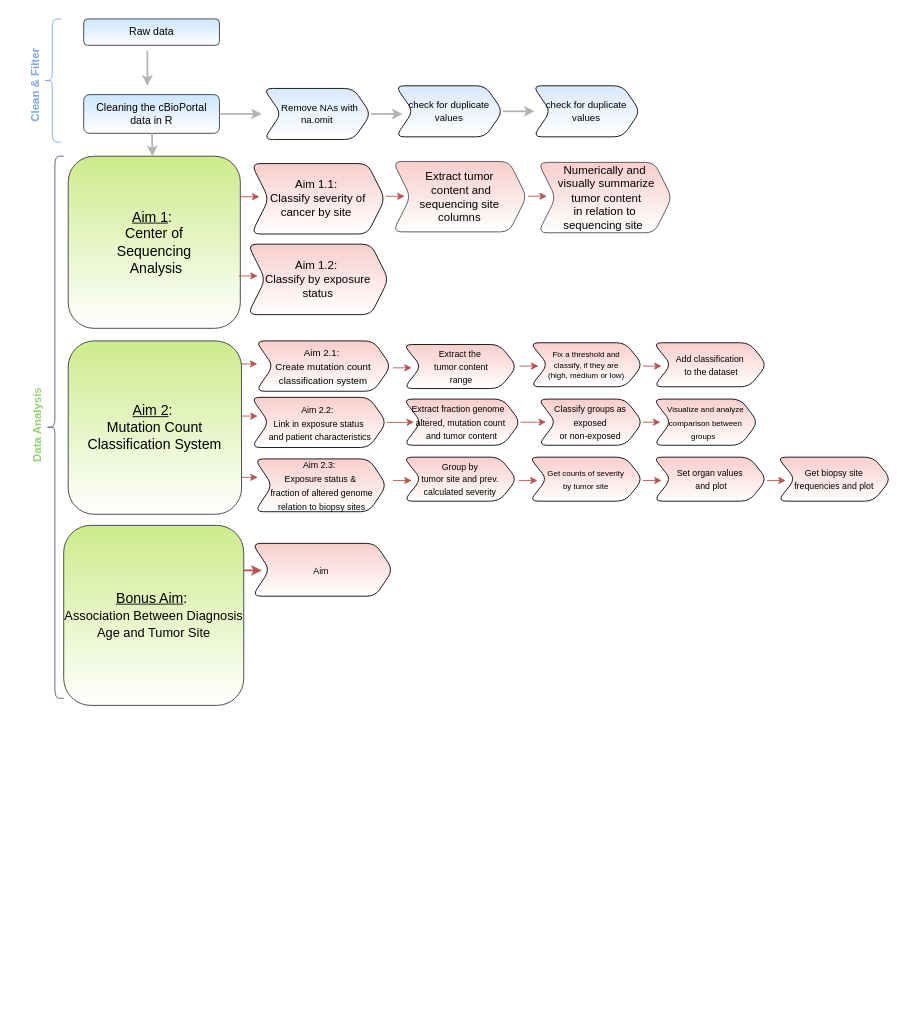
The draw.io diagram Pipeline_Image.drawio in aiy-wish/Data-Wrangling-Project, before the edit. Source tidied: cells renumbered, new cells numbered last; positions are measured from the earlier drawing's top-left corner, leaving out a move shared by most shapes. Both pictures are drawn from the tidied source at 88%, with x=0, y=0 at pixel (-10, 18).
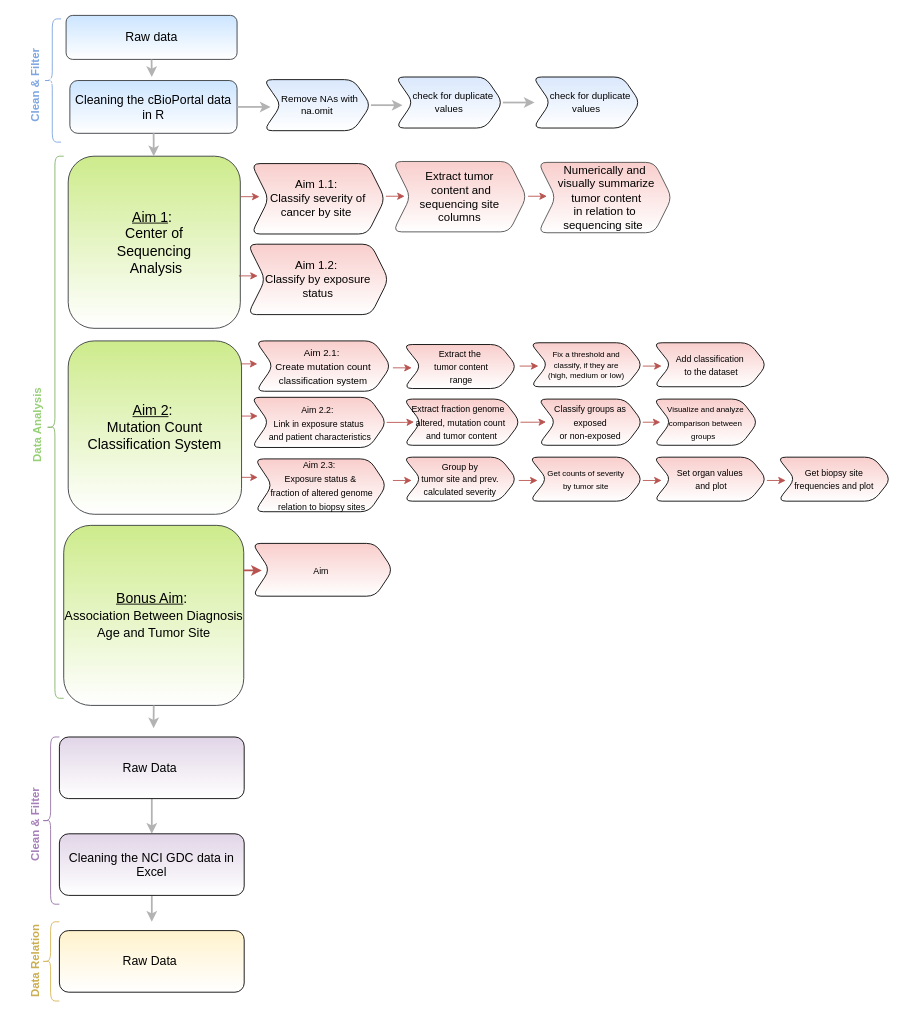
The same page after the edit.

Unchanged cells that the change refers to:
```xml
<mxCell id="3" style="group;" parent="2" vertex="1">
  <mxGeometry x="41" width="560" height="780" as="geometry" />
</mxCell>
<mxCell id="7" style="group;" parent="3" vertex="1">
  <mxGeometry x="-9.1" width="400" height="562.9" as="geometry" />
</mxCell>
<mxCell id="24" value="&lt;font style=&quot;font-size: 16px&quot;&gt;&lt;u&gt;Bonus Aim&lt;/u&gt;:&amp;nbsp;&lt;br&gt;&lt;span id=&quot;docs-internal-guid-02cd7383-7fff-e907-d800-ce4748073192&quot;&gt;&lt;span style=&quot;font-size: 10.9091pt ; font-family: &amp;#34;arial&amp;#34; ; background-color: transparent ; vertical-align: baseline&quot;&gt;Association Between Diagnosis Age and Tumor Site&lt;/span&gt;&lt;/span&gt;&lt;br&gt;&lt;/font&gt;" style="whiteSpace=wrap;html=1;fontSize=12;fillColor=#cdeb8b;align=center;fontStyle=0;strokeColor=#36393d;rounded=1;gradientColor=#ffffff;" parent="3" vertex="1">
  <mxGeometry x="13.9" y="575.5" width="204.6" height="204.6" as="geometry" />
</mxCell>
```

Change to the diagram source:
```diff
@@
-    <mxCell id="8" style="endArrow=classic;html=1;rounded=0;fontSize=16;fillColor=#dae8fc;strokeColor=#B3B3B3;strokeWidth=2;" parent="7" edge="1">
-      <mxGeometry relative="1" as="geometry">
-        <mxPoint x="118.1" y="36" as="sourcePoint" />
-        <mxPoint x="118.1" y="76" as="targetPoint" />
-      </mxGeometry>
-    </mxCell>
-    <mxCell id="9" value="Raw data" style="rounded=1;whiteSpace=wrap;html=1;fontSize=12;glass=0;strokeWidth=1;shadow=0;fillColor=#cce5ff;strokeColor=#36393d;gradientColor=#ffffff;" parent="7" vertex="1">
-      <mxGeometry x="45.7" width="154.3" height="30" as="geometry" />
+    <mxCell id="9" value="&lt;font style=&quot;font-size: 14px&quot;&gt;Raw data&lt;/font&gt;" style="rounded=1;whiteSpace=wrap;html=1;fontSize=12;glass=0;strokeWidth=1;shadow=0;fillColor=#cce5ff;strokeColor=#36393d;gradientColor=#ffffff;" parent="7" vertex="1">
+      <mxGeometry x="25.7" y="-4" width="194.3" height="50" as="geometry" />
     </mxCell>
@@
-    <mxCell id="17" style="shape=curlyBracket;whiteSpace=wrap;html=1;rounded=1;fontSize=13;verticalAlign=middle;fillColor=#7EA6E0;strokeColor=#7EA6E0;fontColor=#ffffff;" parent="7" vertex="1">
+    <mxCell id="17" value="c" style="shape=curlyBracket;whiteSpace=wrap;html=1;rounded=1;fontSize=13;verticalAlign=middle;fillColor=#7EA6E0;strokeColor=#7EA6E0;fontColor=#ffffff;" parent="7" vertex="1">
       <mxGeometry width="20" height="140" as="geometry" />
     </mxCell>
@@
-    <mxCell id="20" value="Cleaning the cBioPortal data in R" style="rounded=1;whiteSpace=wrap;html=1;strokeColor=#36393d;fillColor=#cce5ff;gradientColor=#ffffff;" parent="7" vertex="1">
-      <mxGeometry x="45.7" y="86" width="154.3" height="44" as="geometry" />
+    <mxCell id="20" value="&lt;font style=&quot;font-size: 14px&quot;&gt;Cleaning the cBioPortal data in R&lt;/font&gt;" style="rounded=1;whiteSpace=wrap;html=1;strokeColor=#36393d;fillColor=#cce5ff;gradientColor=#ffffff;" parent="7" vertex="1">
+      <mxGeometry x="30" y="70" width="190" height="60" as="geometry" />
     </mxCell>
@@
     <mxCell id="22" value="&lt;span style=&quot;font-size: 11px&quot;&gt;&amp;nbsp; Remove NAs with&lt;/span&gt;&lt;br style=&quot;font-size: 11px&quot;&gt;&lt;span style=&quot;font-size: 11px&quot;&gt;na.omit&lt;/span&gt;" style="shape=step;perimeter=stepPerimeter;whiteSpace=wrap;html=1;fixedSize=1;fontSize=10;strokeColor=default;fillColor=#dae8fc;align=center;rounded=1;gradientColor=#ffffff;" parent="7" vertex="1">
-      <mxGeometry x="250.1" y="79" width="122" height="58" as="geometry" />
+      <mxGeometry x="250.1" y="69" width="122" height="58" as="geometry" />
     </mxCell>
-    <mxCell id="23" style="shape=curlyBracket;whiteSpace=wrap;html=1;rounded=1;fontSize=13;strokeColor=#56517e;fillColor=#d0cee2;verticalAlign=middle;" parent="3" vertex="1">
+    <mxCell id="23" style="shape=curlyBracket;whiteSpace=wrap;html=1;rounded=1;fontSize=13;strokeColor=#82b366;fillColor=#d5e8d4;verticalAlign=middle;" parent="3" vertex="1">
       <mxGeometry x="-6.1" y="156" width="20" height="616" as="geometry" />
     </mxCell>
@@
-    <mxCell id="35" value="&lt;span style=&quot;font-size: 11px&quot;&gt;check for duplicate&lt;br&gt;values&lt;br&gt;&lt;/span&gt;" style="shape=step;perimeter=stepPerimeter;whiteSpace=wrap;html=1;fixedSize=1;fontSize=10;strokeColor=default;fillColor=#dae8fc;align=center;rounded=1;gradientColor=#ffffff;" parent="3" vertex="1">
-      <mxGeometry x="390.9" y="76" width="122" height="58" as="geometry" />
+    <mxCell id="35" value="&lt;span style=&quot;font-size: 11px&quot;&gt;&amp;nbsp; &amp;nbsp;check for duplicate&lt;br&gt;values&lt;br&gt;&lt;/span&gt;" style="shape=step;perimeter=stepPerimeter;whiteSpace=wrap;html=1;fixedSize=1;fontSize=10;strokeColor=default;fillColor=#dae8fc;align=center;rounded=1;gradientColor=#ffffff;" parent="3" vertex="1">
+      <mxGeometry x="390.9" y="66" width="122" height="58" as="geometry" />
     </mxCell>
@@
-    <mxCell id="53" style="edgeStyle=orthogonalEdgeStyle;rounded=0;jettySize=auto;html=1;exitX=1;exitY=0.5;exitDx=0;exitDy=0;fontColor=#7EA6E0;strokeColor=#B3B3B3;strokeWidth=2;" parent="1" edge="1" source="20">
-      <mxGeometry relative="1" as="geometry">
-        <mxPoint x="308" y="108" as="targetPoint" />
-      </mxGeometry>
-    </mxCell>
@@
     <mxCell id="55" style="edgeStyle=orthogonalEdgeStyle;rounded=0;jettySize=auto;html=1;exitX=1;exitY=0.5;exitDx=0;exitDy=0;fontSize=11;fontColor=#97D077;strokeColor=#B3B3B3;strokeWidth=2;fillColor=#f5f5f5;" parent="1" edge="1" source="22">
       <mxGeometry relative="1" as="geometry">
-        <mxPoint x="468" y="108" as="targetPoint" />
+        <mxPoint x="468" y="98" as="targetPoint" />
       </mxGeometry>
     </mxCell>
     <mxCell id="56" style="edgeStyle=orthogonalEdgeStyle;rounded=0;jettySize=auto;html=1;exitX=1;exitY=0.5;exitDx=0;exitDy=0;fontSize=11;fontColor=#97D077;strokeColor=#B3B3B3;strokeWidth=2;" parent="1" edge="1" source="35">
       <mxGeometry relative="1" as="geometry">
-        <mxPoint x="618" y="105" as="targetPoint" />
+        <mxPoint x="618" y="95" as="targetPoint" />
       </mxGeometry>
     </mxCell>
-    <mxCell id="57" value="&lt;span style=&quot;font-size: 11px&quot;&gt;check for duplicate&lt;br&gt;values&lt;br&gt;&lt;/span&gt;" style="shape=step;perimeter=stepPerimeter;whiteSpace=wrap;html=1;fixedSize=1;fontSize=10;strokeColor=default;fillColor=#dae8fc;align=center;rounded=1;gradientColor=#ffffff;" parent="1" vertex="1">
-      <mxGeometry x="616" y="76" width="122" height="58" as="geometry" />
+    <mxCell id="57" value="&lt;span style=&quot;font-size: 11px&quot;&gt;&amp;nbsp; &amp;nbsp;check for duplicate&lt;br&gt;values&lt;br&gt;&lt;/span&gt;" style="shape=step;perimeter=stepPerimeter;whiteSpace=wrap;html=1;fixedSize=1;fontSize=10;strokeColor=default;fillColor=#dae8fc;align=center;rounded=1;gradientColor=#ffffff;" parent="1" vertex="1">
+      <mxGeometry x="616" y="66" width="122" height="58" as="geometry" />
     </mxCell>
+    <mxCell id="58" style="edgeStyle=orthogonalEdgeStyle;rounded=0;jettySize=auto;html=1;fontSize=11;fontColor=#97D077;strokeColor=#B3B3B3;strokeWidth=2;" parent="1" edge="1" source="59">
+      <mxGeometry relative="1" as="geometry">
+        <mxPoint x="183" y="926" as="targetPoint" />
+      </mxGeometry>
+    </mxCell>
+    <mxCell id="59" value="Raw Data&amp;nbsp;" style="rounded=1;whiteSpace=wrap;html=1;fontSize=14;strokeColor=default;fillColor=#e1d5e7;align=center;gradientColor=#ffffff;" parent="1" vertex="1">
+      <mxGeometry x="78" y="816" width="210" height="70" as="geometry" />
+    </mxCell>
+    <mxCell id="60" style="edgeStyle=orthogonalEdgeStyle;rounded=0;jettySize=auto;html=1;exitX=0.5;exitY=1;exitDx=0;exitDy=0;fontSize=14;fontColor=#A680B8;strokeColor=#B3B3B3;strokeWidth=2;" parent="1" edge="1" source="61">
+      <mxGeometry relative="1" as="geometry">
+        <mxPoint x="183" y="1026" as="targetPoint" />
+      </mxGeometry>
+    </mxCell>
+    <mxCell id="61" value="&lt;span style=&quot;font-size: 14px&quot;&gt;Cleaning the NCI GDC data in Excel&lt;/span&gt;" style="rounded=1;whiteSpace=wrap;html=1;fontSize=11;strokeColor=default;fillColor=#e1d5e7;align=center;gradientColor=#ffffff;" parent="1" vertex="1">
+      <mxGeometry x="78" y="926" width="210" height="70" as="geometry" />
+    </mxCell>
+    <mxCell id="62" style="edgeStyle=orthogonalEdgeStyle;rounded=0;jettySize=auto;html=1;exitX=0.5;exitY=1;exitDx=0;exitDy=0;fontSize=14;fontColor=#97D077;strokeColor=#B3B3B3;strokeWidth=2;" parent="1" edge="1" source="9">
+      <mxGeometry relative="1" as="geometry">
+        <mxPoint x="183" y="66" as="targetPoint" />
+      </mxGeometry>
+    </mxCell>
+    <mxCell id="63" style="edgeStyle=orthogonalEdgeStyle;rounded=0;jettySize=auto;html=1;exitX=1;exitY=0.5;exitDx=0;exitDy=0;fontSize=14;fontColor=#97D077;strokeColor=#B3B3B3;strokeWidth=2;" parent="1" edge="1" source="20">
+      <mxGeometry relative="1" as="geometry">
+        <mxPoint x="318" y="100" as="targetPoint" />
+      </mxGeometry>
+    </mxCell>
+    <mxCell id="64" value="&lt;font&gt;&lt;b&gt;Clean &amp;amp; Filter&lt;/b&gt;&lt;/font&gt;" style="text;html=1;align=center;verticalAlign=middle;fontSize=13;rotation=-90;fontColor=#A680B8;" parent="1" vertex="1">
+      <mxGeometry y="906" width="100" height="20" as="geometry" />
+    </mxCell>
+    <mxCell id="65" value="Raw Data&amp;nbsp;" style="rounded=1;whiteSpace=wrap;html=1;fontSize=14;strokeColor=default;fillColor=#fff2cc;align=center;gradientColor=#ffffff;" parent="1" vertex="1">
+      <mxGeometry x="78" y="1036" width="210" height="70" as="geometry" />
+    </mxCell>
+    <mxCell id="66" style="shape=curlyBracket;whiteSpace=wrap;html=1;rounded=1;fontSize=14;strokeColor=#d6b656;fillColor=#fff2cc;align=center;" parent="1" vertex="1">
+      <mxGeometry x="58" y="1026" width="20" height="90" as="geometry" />
+    </mxCell>
+    <mxCell id="67" style="shape=curlyBracket;whiteSpace=wrap;html=1;rounded=1;fontSize=14;strokeColor=#9673a6;fillColor=#e1d5e7;align=center;" parent="1" vertex="1">
+      <mxGeometry x="58" y="816" width="20" height="190" as="geometry" />
+    </mxCell>
+    <mxCell id="68" value="&lt;b&gt;Data Relation&lt;br&gt;&lt;/b&gt;" style="text;html=1;align=center;verticalAlign=middle;fontSize=13;rotation=-90;fontColor=#CCAE52;" parent="1" vertex="1">
+      <mxGeometry y="1061" width="100" height="20" as="geometry" />
+    </mxCell>
+    <mxCell id="69" style="edgeStyle=orthogonalEdgeStyle;rounded=0;jettySize=auto;html=1;exitX=0.5;exitY=1;exitDx=0;exitDy=0;fontSize=14;fontColor=#CCAE52;strokeColor=#B3B3B3;strokeWidth=2;" parent="1" edge="1" source="24">
+      <mxGeometry relative="1" as="geometry">
+        <mxPoint x="185" y="806" as="targetPoint" />
+      </mxGeometry>
+    </mxCell>
```
